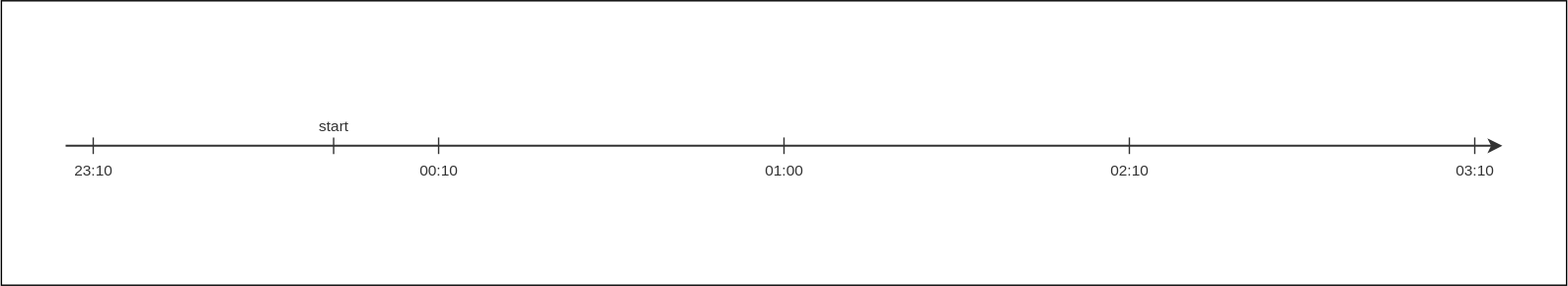
Before: blog.jxck.io/drafts/2026-03-03/1.timeline.drawio.svg, a diagram exported from draw.io (Jxck/jxck.io). Source tidied: cells renumbered, new cells last; positions are measured from the earlier drawing's top-left corner, leaving out a move shared by most shapes. Its diagram source:
```xml
<mxGraphModel>
  <root>
    <mxCell id="0" />
    <mxCell id="1" parent="0" />
    <mxCell id="2" style="group;fillColor=#FFFFFF;" parent="1" vertex="1">
      <mxGeometry x="-0.5" width="1133" height="206" as="geometry" />
    </mxCell>
    <mxCell id="3" style="rounded=0;html=1;fillColor=none;" parent="2" vertex="1">
      <mxGeometry width="1133" height="206" as="geometry" />
    </mxCell>
    <mxCell id="4" style="group;" parent="2" vertex="1">
      <mxGeometry x="41.5" y="78" width="1050" height="50" as="geometry" />
    </mxCell>
    <mxCell id="5" style="endArrow=classic;html=1;strokeWidth=1.5;strokeColor=#333333;" parent="4" edge="1">
      <mxGeometry relative="1" as="geometry">
        <mxPoint x="5" y="27" as="sourcePoint" />
        <mxPoint x="1045" y="27" as="targetPoint" />
      </mxGeometry>
    </mxCell>
    <mxCell id="6" style="endArrow=none;html=1;strokeWidth=1;strokeColor=#333333;" parent="4" edge="1">
      <mxGeometry relative="1" as="geometry">
        <mxPoint x="25" y="21" as="sourcePoint" />
        <mxPoint x="25" y="33" as="targetPoint" />
      </mxGeometry>
    </mxCell>
    <mxCell id="7" style="endArrow=none;html=1;strokeWidth=1;strokeColor=#333333;" parent="4" edge="1">
      <mxGeometry relative="1" as="geometry">
        <mxPoint x="275" y="21" as="sourcePoint" />
        <mxPoint x="275" y="33" as="targetPoint" />
      </mxGeometry>
    </mxCell>
    <mxCell id="8" style="endArrow=none;html=1;strokeWidth=1;strokeColor=#333333;" parent="4" edge="1">
      <mxGeometry relative="1" as="geometry">
        <mxPoint x="525" y="21" as="sourcePoint" />
        <mxPoint x="525" y="33" as="targetPoint" />
      </mxGeometry>
    </mxCell>
    <mxCell id="9" style="endArrow=none;html=1;strokeWidth=1;strokeColor=#333333;" parent="4" edge="1">
      <mxGeometry relative="1" as="geometry">
        <mxPoint x="775" y="21" as="sourcePoint" />
        <mxPoint x="775" y="33" as="targetPoint" />
      </mxGeometry>
    </mxCell>
    <mxCell id="10" style="endArrow=none;html=1;strokeWidth=1;strokeColor=#333333;" parent="4" edge="1">
      <mxGeometry relative="1" as="geometry">
        <mxPoint x="1025" y="21" as="sourcePoint" />
        <mxPoint x="1025" y="33" as="targetPoint" />
      </mxGeometry>
    </mxCell>
    <mxCell id="11" value="23:10" style="text;html=1;fontSize=11;align=center;verticalAlign=top;fontColor=#333333;" parent="4" vertex="1">
      <mxGeometry y="32" width="50" height="18" as="geometry" />
    </mxCell>
    <mxCell id="12" value="00:10" style="text;html=1;fontSize=11;align=center;verticalAlign=top;fontColor=#333333;" parent="4" vertex="1">
      <mxGeometry x="250" y="32" width="50" height="18" as="geometry" />
    </mxCell>
    <mxCell id="13" value="01:00" style="text;html=1;fontSize=11;align=center;verticalAlign=top;fontColor=#333333;" parent="4" vertex="1">
      <mxGeometry x="500" y="32" width="50" height="18" as="geometry" />
    </mxCell>
    <mxCell id="14" value="02:10" style="text;html=1;fontSize=11;align=center;verticalAlign=top;fontColor=#333333;" parent="4" vertex="1">
      <mxGeometry x="750" y="32" width="50" height="18" as="geometry" />
    </mxCell>
    <mxCell id="15" value="03:10" style="text;html=1;fontSize=11;align=center;verticalAlign=top;fontColor=#333333;" parent="4" vertex="1">
      <mxGeometry x="1000" y="32" width="50" height="18" as="geometry" />
    </mxCell>
    <mxCell id="16" value="start" style="text;html=1;fontSize=11;align=center;verticalAlign=top;fontColor=#333333;" parent="4" vertex="1">
      <mxGeometry x="174" width="50" height="18" as="geometry" />
    </mxCell>
    <mxCell id="17" style="endArrow=none;html=1;strokeWidth=1;strokeColor=#333333;" parent="4" edge="1">
      <mxGeometry relative="1" as="geometry">
        <mxPoint x="199" y="21" as="sourcePoint" />
        <mxPoint x="199" y="33" as="targetPoint" />
      </mxGeometry>
    </mxCell>
  </root>
</mxGraphModel>
```
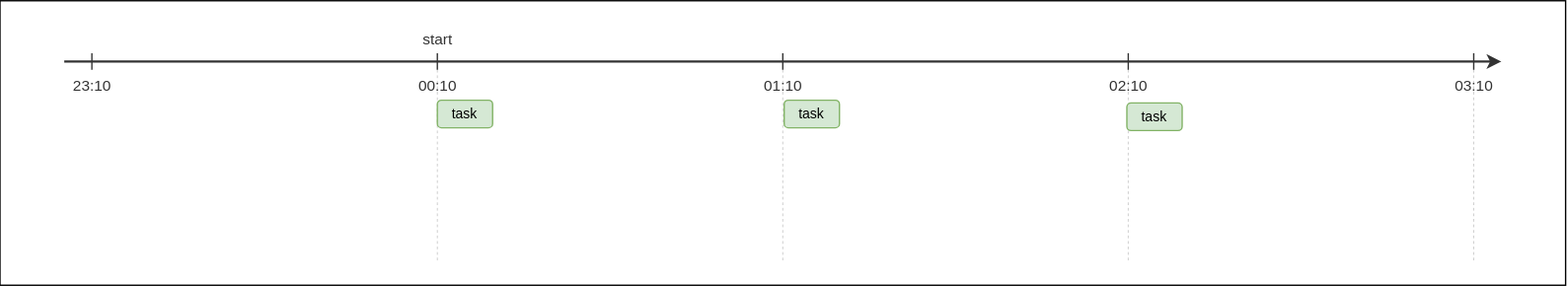
Later version of the same file.

The edit, as a diff of the source:
```diff
@@ -2,74 +2,98 @@
   <root>
     <mxCell id="0" />
     <mxCell id="1" parent="0" />
-    <mxCell id="2" style="group;fillColor=#FFFFFF;" parent="1" vertex="1">
-      <mxGeometry x="-0.5" width="1133" height="206" as="geometry" />
-    </mxCell>
+    <mxCell id="18" style="group;fillColor=#FFFFFF;" parent="1" vertex="1">
+      <mxGeometry x="-0.5" y="271" width="1133" height="206" as="geometry" />
+    </mxCell>
-    <mxCell id="3" style="rounded=0;html=1;fillColor=none;" parent="2" vertex="1">
+    <mxCell id="3" style="rounded=0;html=1;fillColor=none;" parent="18" vertex="1">
       <mxGeometry width="1133" height="206" as="geometry" />
     </mxCell>
-    <mxCell id="4" style="group;" parent="2" vertex="1">
-      <mxGeometry x="41.5" y="78" width="1050" height="50" as="geometry" />
-    </mxCell>
-    <mxCell id="5" style="endArrow=classic;html=1;strokeWidth=1.5;strokeColor=#333333;" parent="4" edge="1">
-      <mxGeometry relative="1" as="geometry">
-        <mxPoint x="5" y="27" as="sourcePoint" />
-        <mxPoint x="1045" y="27" as="targetPoint" />
-      </mxGeometry>
-    </mxCell>
-    <mxCell id="6" style="endArrow=none;html=1;strokeWidth=1;strokeColor=#333333;" parent="4" edge="1">
-      <mxGeometry relative="1" as="geometry">
-        <mxPoint x="25" y="21" as="sourcePoint" />
-        <mxPoint x="25" y="33" as="targetPoint" />
-      </mxGeometry>
-    </mxCell>
-    <mxCell id="7" style="endArrow=none;html=1;strokeWidth=1;strokeColor=#333333;" parent="4" edge="1">
-      <mxGeometry relative="1" as="geometry">
-        <mxPoint x="275" y="21" as="sourcePoint" />
-        <mxPoint x="275" y="33" as="targetPoint" />
-      </mxGeometry>
-    </mxCell>
-    <mxCell id="8" style="endArrow=none;html=1;strokeWidth=1;strokeColor=#333333;" parent="4" edge="1">
-      <mxGeometry relative="1" as="geometry">
-        <mxPoint x="525" y="21" as="sourcePoint" />
-        <mxPoint x="525" y="33" as="targetPoint" />
-      </mxGeometry>
-    </mxCell>
-    <mxCell id="9" style="endArrow=none;html=1;strokeWidth=1;strokeColor=#333333;" parent="4" edge="1">
-      <mxGeometry relative="1" as="geometry">
-        <mxPoint x="775" y="21" as="sourcePoint" />
-        <mxPoint x="775" y="33" as="targetPoint" />
-      </mxGeometry>
-    </mxCell>
-    <mxCell id="10" style="endArrow=none;html=1;strokeWidth=1;strokeColor=#333333;" parent="4" edge="1">
-      <mxGeometry relative="1" as="geometry">
-        <mxPoint x="1025" y="21" as="sourcePoint" />
-        <mxPoint x="1025" y="33" as="targetPoint" />
-      </mxGeometry>
-    </mxCell>
+    <mxCell id="19" style="endArrow=none;html=1;strokeWidth=0.5;strokeColor=#BBBBBB;dashed=1;dashPattern=4 4;" parent="18" edge="1">
+      <mxGeometry relative="1" as="geometry">
+        <mxPoint x="316.5" y="50" as="sourcePoint" />
+        <mxPoint x="316.5" y="189" as="targetPoint" />
+      </mxGeometry>
+    </mxCell>
+    <mxCell id="20" style="endArrow=none;html=1;strokeWidth=0.5;strokeColor=#BBBBBB;dashed=1;dashPattern=4 4;" parent="18" edge="1">
+      <mxGeometry relative="1" as="geometry">
+        <mxPoint x="566.5" y="50" as="sourcePoint" />
+        <mxPoint x="566.5" y="189" as="targetPoint" />
+      </mxGeometry>
+    </mxCell>
+    <mxCell id="21" style="endArrow=none;html=1;strokeWidth=0.5;strokeColor=#BBBBBB;dashed=1;dashPattern=4 4;" parent="18" edge="1">
+      <mxGeometry relative="1" as="geometry">
+        <mxPoint x="816.5" y="50" as="sourcePoint" />
+        <mxPoint x="816.5" y="189" as="targetPoint" />
+      </mxGeometry>
+    </mxCell>
+    <mxCell id="22" style="endArrow=none;html=1;strokeWidth=0.5;strokeColor=#BBBBBB;dashed=1;dashPattern=4 4;" parent="18" edge="1">
+      <mxGeometry relative="1" as="geometry">
+        <mxPoint x="1066.5" y="50" as="sourcePoint" />
+        <mxPoint x="1066.5" y="189" as="targetPoint" />
+      </mxGeometry>
+    </mxCell>
+    <mxCell id="23" style="endArrow=classic;html=1;strokeWidth=1.5;strokeColor=#333333;" parent="18" edge="1">
+      <mxGeometry relative="1" as="geometry">
+        <mxPoint x="46.5" y="44" as="sourcePoint" />
+        <mxPoint x="1086.5" y="44" as="targetPoint" />
+      </mxGeometry>
+    </mxCell>
+    <mxCell id="24" style="endArrow=none;html=1;strokeWidth=1;strokeColor=#333333;" parent="18" edge="1">
+      <mxGeometry relative="1" as="geometry">
+        <mxPoint x="66.5" y="38" as="sourcePoint" />
+        <mxPoint x="66.5" y="50" as="targetPoint" />
+      </mxGeometry>
+    </mxCell>
+    <mxCell id="25" style="endArrow=none;html=1;strokeWidth=1;strokeColor=#333333;" parent="18" edge="1">
+      <mxGeometry relative="1" as="geometry">
+        <mxPoint x="316.5" y="38" as="sourcePoint" />
+        <mxPoint x="316.5" y="50" as="targetPoint" />
+      </mxGeometry>
+    </mxCell>
+    <mxCell id="26" style="endArrow=none;html=1;strokeWidth=1;strokeColor=#333333;" parent="18" edge="1">
+      <mxGeometry relative="1" as="geometry">
+        <mxPoint x="566.5" y="38" as="sourcePoint" />
+        <mxPoint x="566.5" y="50" as="targetPoint" />
+      </mxGeometry>
+    </mxCell>
+    <mxCell id="27" style="endArrow=none;html=1;strokeWidth=1;strokeColor=#333333;" parent="18" edge="1">
+      <mxGeometry relative="1" as="geometry">
+        <mxPoint x="816.5" y="38" as="sourcePoint" />
+        <mxPoint x="816.5" y="50" as="targetPoint" />
+      </mxGeometry>
+    </mxCell>
+    <mxCell id="28" style="endArrow=none;html=1;strokeWidth=1;strokeColor=#333333;" parent="18" edge="1">
+      <mxGeometry relative="1" as="geometry">
+        <mxPoint x="1066.5" y="38" as="sourcePoint" />
+        <mxPoint x="1066.5" y="50" as="targetPoint" />
+      </mxGeometry>
+    </mxCell>
-    <mxCell id="11" value="23:10" style="text;html=1;fontSize=11;align=center;verticalAlign=top;fontColor=#333333;" parent="4" vertex="1">
-      <mxGeometry y="32" width="50" height="18" as="geometry" />
+    <mxCell id="11" value="23:10" style="text;html=1;fontSize=11;align=center;verticalAlign=top;fontColor=#333333;" parent="18" vertex="1">
+      <mxGeometry x="41.5" y="49" width="50" height="18" as="geometry" />
     </mxCell>
-    <mxCell id="12" value="00:10" style="text;html=1;fontSize=11;align=center;verticalAlign=top;fontColor=#333333;" parent="4" vertex="1">
-      <mxGeometry x="250" y="32" width="50" height="18" as="geometry" />
+    <mxCell id="12" value="00:10" style="text;html=1;fontSize=11;align=center;verticalAlign=top;fontColor=#333333;" parent="18" vertex="1">
+      <mxGeometry x="291.5" y="49" width="50" height="18" as="geometry" />
     </mxCell>
-    <mxCell id="13" value="01:00" style="text;html=1;fontSize=11;align=center;verticalAlign=top;fontColor=#333333;" parent="4" vertex="1">
-      <mxGeometry x="500" y="32" width="50" height="18" as="geometry" />
-    </mxCell>
+    <mxCell id="29" value="01:10" style="text;html=1;fontSize=11;align=center;verticalAlign=top;fontColor=#333333;" parent="18" vertex="1">
+      <mxGeometry x="541.5" y="49" width="50" height="18" as="geometry" />
+    </mxCell>
-    <mxCell id="14" value="02:10" style="text;html=1;fontSize=11;align=center;verticalAlign=top;fontColor=#333333;" parent="4" vertex="1">
-      <mxGeometry x="750" y="32" width="50" height="18" as="geometry" />
+    <mxCell id="14" value="02:10" style="text;html=1;fontSize=11;align=center;verticalAlign=top;fontColor=#333333;" parent="18" vertex="1">
+      <mxGeometry x="791.5" y="49" width="50" height="18" as="geometry" />
     </mxCell>
-    <mxCell id="15" value="03:10" style="text;html=1;fontSize=11;align=center;verticalAlign=top;fontColor=#333333;" parent="4" vertex="1">
-      <mxGeometry x="1000" y="32" width="50" height="18" as="geometry" />
+    <mxCell id="15" value="03:10" style="text;html=1;fontSize=11;align=center;verticalAlign=top;fontColor=#333333;" parent="18" vertex="1">
+      <mxGeometry x="1041.5" y="49" width="50" height="18" as="geometry" />
     </mxCell>
-    <mxCell id="16" value="start" style="text;html=1;fontSize=11;align=center;verticalAlign=top;fontColor=#333333;" parent="4" vertex="1">
-      <mxGeometry x="174" width="50" height="18" as="geometry" />
+    <mxCell id="16" value="start" style="text;html=1;fontSize=11;align=center;verticalAlign=top;fontColor=#333333;" parent="18" vertex="1">
+      <mxGeometry x="291.5" y="15" width="50" height="18" as="geometry" />
     </mxCell>
-    <mxCell id="17" style="endArrow=none;html=1;strokeWidth=1;strokeColor=#333333;" parent="4" edge="1">
-      <mxGeometry relative="1" as="geometry">
-        <mxPoint x="199" y="21" as="sourcePoint" />
-        <mxPoint x="199" y="33" as="targetPoint" />
-      </mxGeometry>
-    </mxCell>
+    <mxCell id="30" value="task" style="rounded=1;whiteSpace=wrap;html=1;fillColor=#d5e8d4;strokeColor=#82b366;fontSize=10;align=center;verticalAlign=middle;" parent="18" vertex="1">
+      <mxGeometry x="316.5" y="72" width="40" height="20" as="geometry" />
+    </mxCell>
+    <mxCell id="31" value="task" style="rounded=1;whiteSpace=wrap;html=1;fillColor=#d5e8d4;strokeColor=#82b366;fontSize=10;align=center;verticalAlign=middle;" parent="18" vertex="1">
+      <mxGeometry x="567.5" y="72" width="40" height="20" as="geometry" />
+    </mxCell>
+    <mxCell id="32" value="task" style="rounded=1;whiteSpace=wrap;html=1;fillColor=#d5e8d4;strokeColor=#82b366;fontSize=10;align=center;verticalAlign=middle;" parent="18" vertex="1">
+      <mxGeometry x="815.5" y="74" width="40" height="20" as="geometry" />
+    </mxCell>
   </root>
 </mxGraphModel>
```
